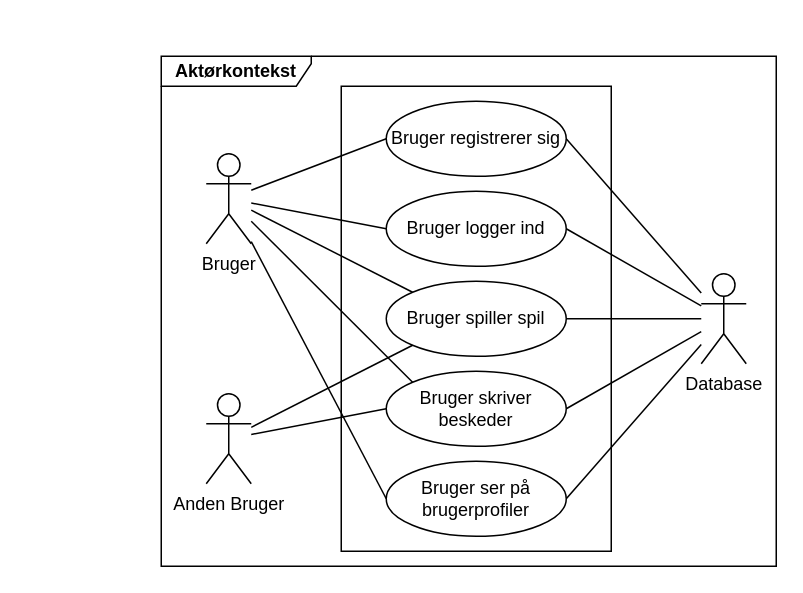
This is page "Aktørkontekst" (1 of 2) of KravSpecDiagrammer.drawio from Macradon/I7BAC-PlugNPlay, a draw.io file, before an edit. Source tidied: cells renumbered, new cells numbered last; positions are measured from the earlier drawing's top-left corner, leaving out a move shared by most shapes. Both pictures are drawn from the tidied source at 150%, with x=0, y=0 at pixel (160, 56).
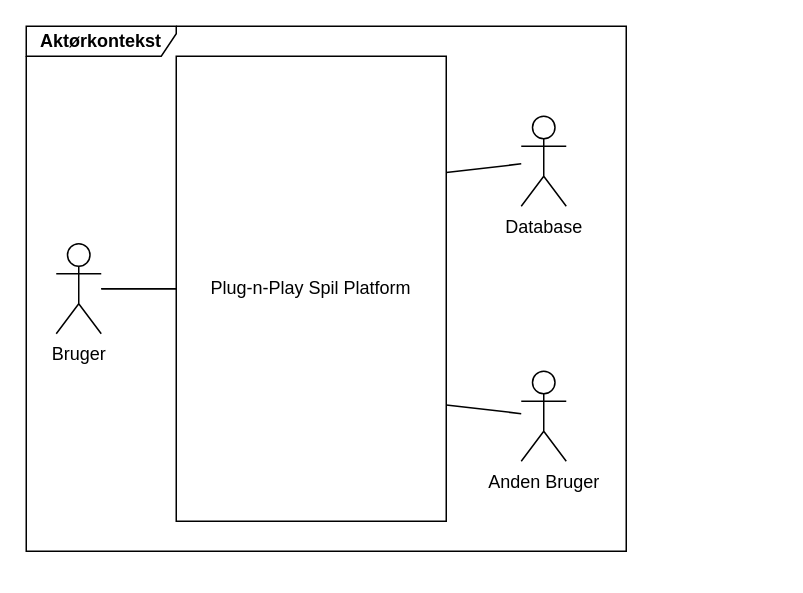
The same diagram, later.

What changed in the source:
```diff
@@
+    <mxCell id="23" value="&lt;b&gt;Aktørkontekst&lt;/b&gt;" style="shape=umlFrame;whiteSpace=wrap;html=1;width=100;height=20;" parent="1" vertex="1">
+      <mxGeometry x="-90" y="-20" width="400" height="350" as="geometry" />
+    </mxCell>
+    <mxCell id="24" style="edgeStyle=none;rounded=0;jettySize=auto;html=1;startArrow=none;startFill=0;endArrow=none;endFill=0;fontSize=16;" parent="1" edge="1" source="2" target="8">
+      <mxGeometry relative="1" as="geometry" />
+    </mxCell>
-    <mxCell id="2" style="rounded=0;whiteSpace=wrap;html=1;" parent="1" vertex="1">
-      <mxGeometry x="120" y="20" width="180" height="310" as="geometry" />
+    <mxCell id="2" value="Plug-n-Play Spil Platform" style="rounded=0;whiteSpace=wrap;html=1;" parent="1" vertex="1">
+      <mxGeometry x="10" width="180" height="310" as="geometry" />
     </mxCell>
-    <mxCell id="3" style="rounded=0;jettySize=auto;html=1;entryX=0;entryY=0.5;entryDx=0;entryDy=0;endArrow=none;endFill=0;" parent="1" edge="1" source="8" target="9">
-      <mxGeometry relative="1" as="geometry" />
-    </mxCell>
-    <mxCell id="4" style="edgeStyle=none;rounded=0;jettySize=auto;html=1;entryX=0;entryY=0.5;entryDx=0;entryDy=0;endArrow=none;endFill=0;" parent="1" edge="1" source="8" target="10">
-      <mxGeometry relative="1" as="geometry" />
-    </mxCell>
-    <mxCell id="5" style="edgeStyle=none;rounded=0;jettySize=auto;html=1;entryX=0;entryY=0;entryDx=0;entryDy=0;endArrow=none;endFill=0;" parent="1" edge="1" source="8" target="11">
-      <mxGeometry relative="1" as="geometry" />
-    </mxCell>
-    <mxCell id="6" style="edgeStyle=none;rounded=0;jettySize=auto;html=1;entryX=0;entryY=0;entryDx=0;entryDy=0;endArrow=none;endFill=0;" parent="1" edge="1" source="8" target="12">
-      <mxGeometry relative="1" as="geometry" />
-    </mxCell>
-    <mxCell id="7" style="edgeStyle=none;rounded=0;jettySize=auto;html=1;entryX=0;entryY=0.5;entryDx=0;entryDy=0;endArrow=none;endFill=0;" parent="1" edge="1" source="8" target="22">
-      <mxGeometry relative="1" as="geometry" />
-    </mxCell>
+    <mxCell id="25" style="edgeStyle=none;rounded=0;jettySize=auto;html=1;startArrow=none;startFill=0;endArrow=none;endFill=0;" parent="1" edge="1" source="8" target="2">
+      <mxGeometry relative="1" as="geometry" />
+    </mxCell>
     <mxCell id="8" value="Bruger" style="shape=umlActor;verticalLabelPosition=bottom;verticalAlign=top;html=1;outlineConnect=0;" parent="1" vertex="1">
-      <mxGeometry x="30" y="65" width="30" height="60" as="geometry" />
+      <mxGeometry x="-70" y="125" width="30" height="60" as="geometry" />
     </mxCell>
-    <mxCell id="9" value="Bruger registrerer sig" style="ellipse;whiteSpace=wrap;html=1;" parent="1" vertex="1">
-      <mxGeometry x="150" y="30" width="120" height="50" as="geometry" />
-    </mxCell>
-    <mxCell id="10" value="Bruger logger ind" style="ellipse;whiteSpace=wrap;html=1;" parent="1" vertex="1">
-      <mxGeometry x="150" y="90" width="120" height="50" as="geometry" />
-    </mxCell>
-    <mxCell id="11" value="Bruger spiller spil" style="ellipse;whiteSpace=wrap;html=1;" parent="1" vertex="1">
-      <mxGeometry x="150" y="150" width="120" height="50" as="geometry" />
-    </mxCell>
-    <mxCell id="12" value="Bruger skriver beskeder" style="ellipse;whiteSpace=wrap;html=1;" parent="1" vertex="1">
-      <mxGeometry x="150" y="210" width="120" height="50" as="geometry" />
-    </mxCell>
-    <mxCell id="13" style="edgeStyle=none;rounded=0;jettySize=auto;html=1;entryX=1;entryY=0.5;entryDx=0;entryDy=0;endArrow=none;endFill=0;" parent="1" edge="1" source="18" target="9">
-      <mxGeometry relative="1" as="geometry" />
-    </mxCell>
-    <mxCell id="14" style="edgeStyle=none;rounded=0;jettySize=auto;html=1;entryX=1;entryY=0.5;entryDx=0;entryDy=0;endArrow=none;endFill=0;" parent="1" edge="1" source="18" target="10">
-      <mxGeometry relative="1" as="geometry" />
-    </mxCell>
-    <mxCell id="15" style="edgeStyle=none;rounded=0;jettySize=auto;html=1;entryX=1;entryY=0.5;entryDx=0;entryDy=0;endArrow=none;endFill=0;" parent="1" edge="1" source="18" target="12">
-      <mxGeometry relative="1" as="geometry" />
-    </mxCell>
-    <mxCell id="16" style="edgeStyle=none;rounded=0;jettySize=auto;html=1;entryX=1;entryY=0.5;entryDx=0;entryDy=0;endArrow=none;endFill=0;" parent="1" edge="1" source="18" target="11">
-      <mxGeometry relative="1" as="geometry" />
-    </mxCell>
-    <mxCell id="17" style="edgeStyle=none;rounded=0;jettySize=auto;html=1;entryX=1;entryY=0.5;entryDx=0;entryDy=0;endArrow=none;endFill=0;" parent="1" edge="1" source="18" target="22">
-      <mxGeometry relative="1" as="geometry" />
-    </mxCell>
+    <mxCell id="26" style="rounded=0;jettySize=auto;html=1;entryX=1;entryY=0.25;entryDx=0;entryDy=0;startArrow=none;startFill=0;endArrow=none;endFill=0;" parent="1" edge="1" source="18" target="2">
+      <mxGeometry relative="1" as="geometry" />
+    </mxCell>
     <mxCell id="18" value="Database" style="shape=umlActor;verticalLabelPosition=bottom;verticalAlign=top;html=1;outlineConnect=0;" parent="1" vertex="1">
-      <mxGeometry x="360" y="145" width="30" height="60" as="geometry" />
+      <mxGeometry x="240" y="40" width="30" height="60" as="geometry" />
     </mxCell>
-    <mxCell id="19" style="edgeStyle=none;rounded=0;jettySize=auto;html=1;entryX=0;entryY=1;entryDx=0;entryDy=0;endArrow=none;endFill=0;" parent="1" edge="1" source="21" target="11">
-      <mxGeometry relative="1" as="geometry" />
-    </mxCell>
-    <mxCell id="20" style="edgeStyle=none;rounded=0;jettySize=auto;html=1;entryX=0;entryY=0.5;entryDx=0;entryDy=0;endArrow=none;endFill=0;" parent="1" edge="1" source="21" target="12">
-      <mxGeometry relative="1" as="geometry" />
-    </mxCell>
+    <mxCell id="27" style="edgeStyle=none;rounded=0;jettySize=auto;html=1;entryX=1;entryY=0.75;entryDx=0;entryDy=0;startArrow=none;startFill=0;endArrow=none;endFill=0;" parent="1" edge="1" source="21" target="2">
+      <mxGeometry relative="1" as="geometry" />
+    </mxCell>
     <mxCell id="21" value="Anden Bruger" style="shape=umlActor;verticalLabelPosition=bottom;verticalAlign=top;html=1;outlineConnect=0;" parent="1" vertex="1">
-      <mxGeometry x="30" y="225" width="30" height="60" as="geometry" />
+      <mxGeometry x="240" y="210" width="30" height="60" as="geometry" />
     </mxCell>
-    <mxCell id="22" value="Bruger ser på&lt;br&gt;brugerprofiler" style="ellipse;whiteSpace=wrap;html=1;" parent="1" vertex="1">
-      <mxGeometry x="150" y="270" width="120" height="50" as="geometry" />
-    </mxCell>
-    <mxCell id="23" value="&lt;b&gt;Aktørkontekst&lt;/b&gt;" style="shape=umlFrame;whiteSpace=wrap;html=1;width=100;height=20;" parent="1" vertex="1">
-      <mxGeometry width="410" height="340" as="geometry" />
-    </mxCell>
```
